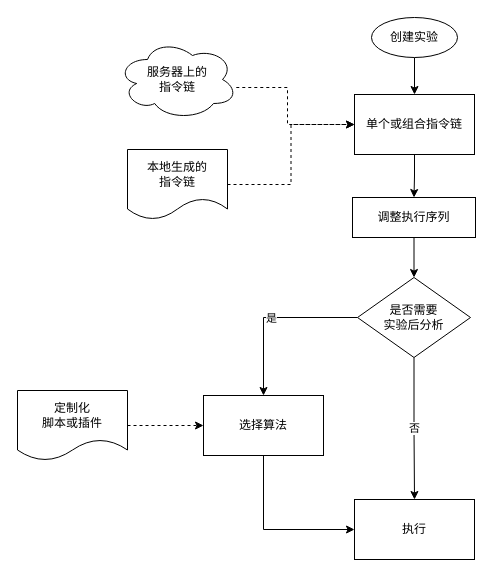
The draw.io diagram Draw/ATS/Experiment.drawio in huangjia2107/DrawOnline, before the edit. Source tidied: cells renumbered, new cells numbered last; positions are measured from the earlier drawing's top-left corner, leaving out a move shared by most shapes. Both pictures are drawn from the tidied source at 100%, with x=0, y=0 at pixel (17, 17).
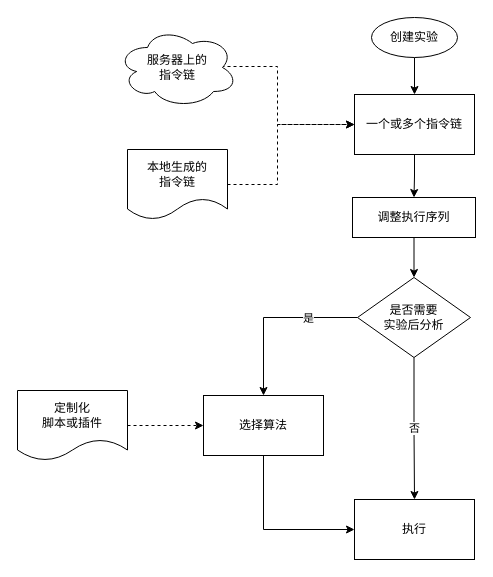
After the change.

Unchanged cells that the change refers to:
```xml
<mxCell id="9" style="edgeStyle=orthogonalEdgeStyle;rounded=0;jettySize=auto;html=1;exitX=0;exitY=0.5;exitDx=0;exitDy=0;entryX=0.5;entryY=0;entryDx=0;entryDy=0;" parent="1" edge="1" source="11" target="14">
  <mxGeometry relative="1" as="geometry" />
</mxCell>
<mxCell id="20" value="本地生成的&lt;br&gt;指令链" style="shape=document;whiteSpace=wrap;html=1;boundedLbl=1;" parent="1" vertex="1">
  <mxGeometry x="110" y="132" width="100" height="70" as="geometry" />
</mxCell>
```

What changed in the source:
```diff
@@
-    <mxCell id="5" value="单个或组合指令链" style="whiteSpace=wrap;html=1;" parent="1" vertex="1">
+    <mxCell id="5" value="一个或多个指令链" style="whiteSpace=wrap;html=1;" parent="1" vertex="1">
       <mxGeometry x="337" y="77" width="120" height="60" as="geometry" />
     </mxCell>
@@
     <mxCell id="10" value="是" style="edgeLabel;html=1;align=center;verticalAlign=middle;" parent="9" vertex="1">
-      <mxGeometry x="0.01" relative="1" as="geometry" />
+      <mxGeometry x="0.01" relative="1" as="geometry">
+        <mxPoint x="37" as="offset" />
+      </mxGeometry>
     </mxCell>
@@
-    <mxCell id="17" style="edgeStyle=orthogonalEdgeStyle;rounded=0;jettySize=auto;html=1;dashed=1;" parent="1" edge="1" source="18" target="5">
+    <mxCell id="17" style="edgeStyle=orthogonalEdgeStyle;rounded=0;jettySize=auto;html=1;exitX=0.875;exitY=0.5;exitDx=0;exitDy=0;exitPerimeter=0;entryX=0;entryY=0.5;entryDx=0;entryDy=0;dashed=1;" parent="1" edge="1" source="18" target="5">
       <mxGeometry relative="1" as="geometry">
         <Array as="points">
-          <mxPoint x="270" y="70" />
-          <mxPoint x="270" y="107" />
+          <mxPoint x="260" y="49" />
+          <mxPoint x="260" y="107" />
         </Array>
       </mxGeometry>
     </mxCell>
     <mxCell id="18" value="服务器上的&lt;br&gt;指令链" style="ellipse;shape=cloud;whiteSpace=wrap;html=1;" parent="1" vertex="1">
-      <mxGeometry x="100" y="22" width="120" height="80" as="geometry" />
+      <mxGeometry x="100" y="10" width="120" height="80" as="geometry" />
     </mxCell>
     <mxCell id="19" style="edgeStyle=orthogonalEdgeStyle;rounded=0;jettySize=auto;html=1;entryX=0;entryY=0.5;entryDx=0;entryDy=0;dashed=1;" parent="1" edge="1" source="20" target="5">
-      <mxGeometry relative="1" as="geometry" />
+      <mxGeometry relative="1" as="geometry">
+        <Array as="points">
+          <mxPoint x="260" y="167" />
+          <mxPoint x="260" y="107" />
+        </Array>
+      </mxGeometry>
     </mxCell>
```
